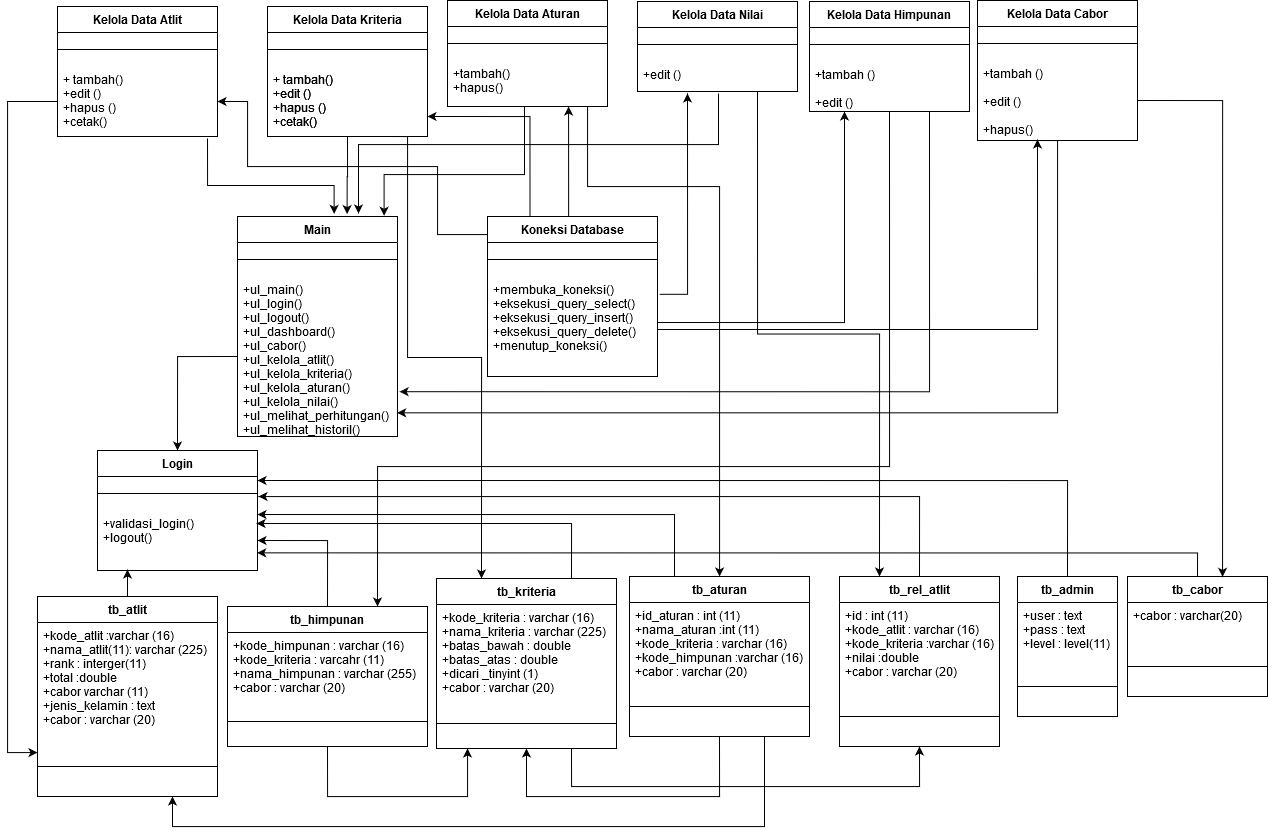
Before: Untitled Diagram.png, a diagram exported from draw.io (NuriCandrawati/nuri-resolusi). Source tidied: cells renumbered, new cells last; positions are measured from the earlier drawing's top-left corner, leaving out a move shared by most shapes.
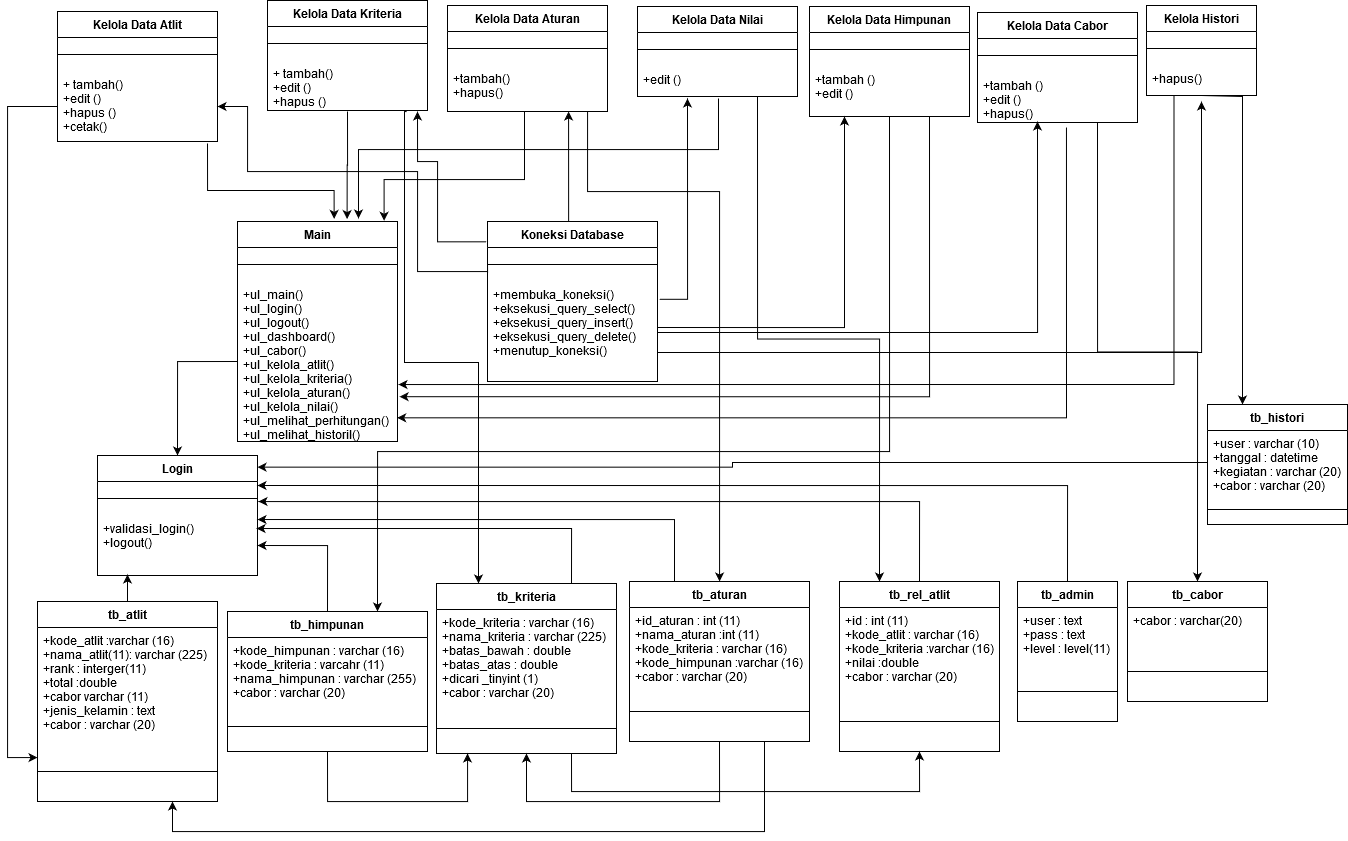
The same file after the commit.

The edit, as a diff of the source:
```diff
@@ -2,36 +2,23 @@
   <root>
     <mxCell id="0" />
     <mxCell id="1" parent="0" />
-    <mxCell id="2" value="Kelola Data Alternatif" style="swimlane;fontStyle=1;align=center;verticalAlign=top;horizontal=1;startSize=26;" parent="1" vertex="1">
-      <mxGeometry x="260" y="6" width="160" height="130" as="geometry" />
-    </mxCell>
-    <mxCell id="3" style="line;strokeWidth=1;fillColor=none;align=left;verticalAlign=middle;spacingTop=-1;spacingLeft=3;spacingRight=3;labelPosition=right;" parent="2" vertex="1">
-      <mxGeometry y="26" width="160" height="34" as="geometry" />
-    </mxCell>
-    <mxCell id="4" value="+ tambah()&#10;+edit ()&#10;+hapus ()&#10;+cetak()&#10;&#10; " style="text;strokeColor=none;fillColor=none;align=left;verticalAlign=top;spacingLeft=4;spacingRight=4;overflow=hidden;" parent="2" vertex="1">
-      <mxGeometry y="60" width="160" height="70" as="geometry" />
-    </mxCell>
-    <mxCell id="5" style="edgeStyle=orthogonalEdgeStyle;rounded=0;jettySize=auto;html=1;exitX=0.5;exitY=1;exitDx=0;exitDy=0;entryX=0.685;entryY=-0.011;entryDx=0;entryDy=0;entryPerimeter=0;" parent="1" edge="1" source="7" target="17">
-      <mxGeometry relative="1" as="geometry" />
+    <mxCell id="5" style="edgeStyle=orthogonalEdgeStyle;rounded=0;jettySize=auto;html=1;entryX=0.685;entryY=-0.011;entryDx=0;entryDy=0;entryPerimeter=0;" parent="1" edge="1" target="17">
+      <mxGeometry relative="1" as="geometry">
+        <mxPoint x="340" y="106" as="sourcePoint" />
+      </mxGeometry>
     </mxCell>
-    <mxCell id="6" style="edgeStyle=orthogonalEdgeStyle;rounded=0;jettySize=auto;html=1;exitX=0.75;exitY=1;exitDx=0;exitDy=0;entryX=0.25;entryY=0;entryDx=0;entryDy=0;" parent="1" edge="1" source="7" target="47">
+    <mxCell id="6" style="edgeStyle=orthogonalEdgeStyle;rounded=0;orthogonalLoop=1;jettySize=auto;html=1;entryX=0.25;entryY=0;entryDx=0;entryDy=0;exitX=0.885;exitY=0.993;exitDx=0;exitDy=0;exitPerimeter=0;" parent="1" edge="1">
       <mxGeometry relative="1" as="geometry">
+        <mxPoint x="398.6" y="104.6" as="sourcePoint" />
+        <mxPoint x="471" y="578" as="targetPoint" />
         <Array as="points">
-          <mxPoint x="400" y="136" />
-          <mxPoint x="400" y="357" />
-          <mxPoint x="474" y="357" />
+          <mxPoint x="399" y="106" />
+          <mxPoint x="397" y="106" />
+          <mxPoint x="397" y="357" />
+          <mxPoint x="471" y="357" />
         </Array>
       </mxGeometry>
     </mxCell>
-    <mxCell id="7" value="Kelola Data Kriteria" style="swimlane;fontStyle=1;align=center;verticalAlign=top;horizontal=1;startSize=26;" parent="1" vertex="1">
-      <mxGeometry x="260" y="6" width="160" height="130" as="geometry" />
-    </mxCell>
-    <mxCell id="8" style="line;strokeWidth=1;fillColor=none;align=left;verticalAlign=middle;spacingTop=-1;spacingLeft=3;spacingRight=3;labelPosition=right;" parent="7" vertex="1">
-      <mxGeometry y="26" width="160" height="34" as="geometry" />
-    </mxCell>
-    <mxCell id="9" value="+ tambah()&#10;+edit ()&#10;+hapus ()&#10;+cetak()&#10;&#10; " style="text;strokeColor=none;fillColor=none;align=left;verticalAlign=top;spacingLeft=4;spacingRight=4;overflow=hidden;points=[[0,0.5],[1,0.5]];portConstraint=eastwest;" parent="7" vertex="1">
-      <mxGeometry y="60" width="160" height="70" as="geometry" />
-    </mxCell>
     <mxCell id="10" style="edgeStyle=orthogonalEdgeStyle;rounded=0;orthogonalLoop=1;jettySize=auto;html=1;exitX=0.5;exitY=1;exitDx=0;exitDy=0;entryX=0.75;entryY=0;entryDx=0;entryDy=0;" parent="1" edge="1">
       <mxGeometry relative="1" as="geometry">
         <mxPoint x="711" y="93" as="sourcePoint" />
@@ -106,14 +93,22 @@
         <mxPoint x="680" y="93" as="targetPoint" />
       </mxGeometry>
     </mxCell>
-    <mxCell id="24" style="edgeStyle=orthogonalEdgeStyle;rounded=0;jettySize=auto;html=1;exitX=0.25;exitY=0;exitDx=0;exitDy=0;entryX=1;entryY=0.714;entryDx=0;entryDy=0;entryPerimeter=0;" parent="1" edge="1" source="79" target="9">
-      <mxGeometry relative="1" as="geometry" />
+    <mxCell id="24" style="edgeStyle=orthogonalEdgeStyle;rounded=0;jettySize=auto;html=1;exitX=-0.006;exitY=0.127;exitDx=0;exitDy=0;exitPerimeter=0;" parent="1" edge="1" source="79">
+      <mxGeometry relative="1" as="geometry">
+        <mxPoint x="410" y="106" as="targetPoint" />
+        <Array as="points">
+          <mxPoint x="430" y="236" />
+          <mxPoint x="430" y="156" />
+          <mxPoint x="410" y="156" />
+        </Array>
+      </mxGeometry>
     </mxCell>
     <mxCell id="25" style="edgeStyle=orthogonalEdgeStyle;rounded=0;jettySize=auto;html=1;exitX=0;exitY=0.25;exitDx=0;exitDy=0;entryX=1;entryY=0.5;entryDx=0;entryDy=0;" parent="1" edge="1" source="79" target="67">
       <mxGeometry relative="1" as="geometry">
         <Array as="points">
-          <mxPoint x="430" y="234" />
-          <mxPoint x="430" y="166" />
+          <mxPoint x="480" y="266" />
+          <mxPoint x="410" y="266" />
+          <mxPoint x="410" y="166" />
           <mxPoint x="240" y="166" />
           <mxPoint x="240" y="101" />
         </Array>
@@ -125,8 +120,8 @@
     <mxCell id="27" style="edgeStyle=orthogonalEdgeStyle;rounded=0;jettySize=auto;html=1;exitX=0.5;exitY=1;exitDx=0;exitDy=0;entryX=0.75;entryY=0;entryDx=0;entryDy=0;" parent="1" edge="1" source="29" target="55">
       <mxGeometry relative="1" as="geometry">
         <Array as="points">
-          <mxPoint x="882" y="466" />
-          <mxPoint x="370" y="466" />
+          <mxPoint x="882" y="446" />
+          <mxPoint x="370" y="446" />
         </Array>
       </mxGeometry>
     </mxCell>
@@ -139,7 +134,7 @@
     <mxCell id="30" style="line;strokeWidth=1;fillColor=none;align=left;verticalAlign=middle;spacingTop=-1;spacingLeft=3;spacingRight=3;labelPosition=right;" parent="29" vertex="1">
       <mxGeometry y="26" width="160" height="34" as="geometry" />
     </mxCell>
-    <mxCell id="31" value="+tambah ()&#10;&#10;+edit () " style="text;strokeColor=none;fillColor=none;align=left;verticalAlign=top;spacingLeft=4;spacingRight=4;overflow=hidden;" parent="29" vertex="1">
+    <mxCell id="31" value="+tambah ()&#10;+edit () " style="text;strokeColor=none;fillColor=none;align=left;verticalAlign=top;spacingLeft=4;spacingRight=4;overflow=hidden;" parent="29" vertex="1">
       <mxGeometry y="60" width="160" height="50" as="geometry" />
     </mxCell>
     <mxCell id="32" style="edgeStyle=orthogonalEdgeStyle;rounded=0;jettySize=auto;html=1;exitX=0.75;exitY=1;exitDx=0;exitDy=0;entryX=0.75;entryY=1;entryDx=0;entryDy=0;" parent="1" edge="1" source="38" target="59">
@@ -158,23 +153,34 @@
         </Array>
       </mxGeometry>
     </mxCell>
-    <mxCell id="34" style="edgeStyle=orthogonalEdgeStyle;rounded=0;jettySize=auto;html=1;exitX=0.25;exitY=1;exitDx=0;exitDy=0;entryX=0.998;entryY=0.852;entryDx=0;entryDy=0;entryPerimeter=0;" parent="1" edge="1" source="35" target="19">
+    <mxCell id="34" style="edgeStyle=orthogonalEdgeStyle;rounded=0;jettySize=auto;html=1;exitX=0.556;exitY=1.1;exitDx=0;exitDy=0;entryX=0.998;entryY=0.852;entryDx=0;entryDy=0;entryPerimeter=0;exitPerimeter=0;" parent="1" edge="1" source="37" target="19">
       <mxGeometry relative="1" as="geometry">
         <Array as="points">
-          <mxPoint x="1050" y="140" />
-          <mxPoint x="1050" y="412" />
+          <mxPoint x="1059" y="412" />
         </Array>
       </mxGeometry>
     </mxCell>
+    <mxCell id="83" style="edgeStyle=orthogonalEdgeStyle;rounded=0;jettySize=auto;html=1;exitX=0.75;exitY=1;exitDx=0;exitDy=0;entryX=0.5;entryY=0;entryDx=0;entryDy=0;" parent="1" edge="1" source="35" target="75">
+      <mxGeometry relative="1" as="geometry" />
+    </mxCell>
     <mxCell id="35" value="Kelola Data Cabor" style="swimlane;fontStyle=1;align=center;verticalAlign=top;horizontal=1;startSize=26;" parent="1" vertex="1">
-      <mxGeometry x="970" width="160" height="140" as="geometry" />
+      <mxGeometry x="970" y="7" width="160" height="110" as="geometry" />
     </mxCell>
     <mxCell id="36" style="line;strokeWidth=1;fillColor=none;align=left;verticalAlign=middle;spacingTop=-1;spacingLeft=3;spacingRight=3;labelPosition=right;" parent="35" vertex="1">
       <mxGeometry y="26" width="160" height="34" as="geometry" />
     </mxCell>
-    <mxCell id="37" value="+tambah ()&#10;&#10;+edit () &#10;&#10;+hapus()&#10;" style="text;strokeColor=none;fillColor=none;align=left;verticalAlign=top;spacingLeft=4;spacingRight=4;overflow=hidden;points=[[0,0.5],[1,0.5]];portConstraint=eastwest;" parent="35" vertex="1">
-      <mxGeometry y="60" width="160" height="80" as="geometry" />
+    <mxCell id="37" value="+tambah ()&#10;+edit ()&#10;+hapus()&#10;" style="text;strokeColor=none;fillColor=none;align=left;verticalAlign=top;spacingLeft=4;spacingRight=4;overflow=hidden;points=[[0,0.5],[1,0.5]];portConstraint=eastwest;" parent="35" vertex="1">
+      <mxGeometry y="60" width="160" height="50" as="geometry" />
     </mxCell>
+    <mxCell id="7" value="Kelola Data Kriteria" style="swimlane;fontStyle=1;align=center;verticalAlign=top;horizontal=1;startSize=26;" parent="1" vertex="1">
+      <mxGeometry x="260" y="-5" width="160" height="110" as="geometry" />
+    </mxCell>
+    <mxCell id="84" style="line;strokeWidth=1;fillColor=none;align=left;verticalAlign=middle;spacingTop=-1;spacingLeft=3;spacingRight=3;labelPosition=right;" parent="7" vertex="1">
+      <mxGeometry y="26" width="160" height="34" as="geometry" />
+    </mxCell>
+    <mxCell id="85" value="+ tambah()&#10;+edit ()&#10;+hapus ()&#10;&#10;&#10; " style="text;strokeColor=none;fillColor=none;align=left;verticalAlign=top;spacingLeft=4;spacingRight=4;overflow=hidden;" parent="7" vertex="1">
+      <mxGeometry y="60" width="160" height="50" as="geometry" />
+    </mxCell>
     <mxCell id="38" value="tb_aturan" style="swimlane;fontStyle=1;align=center;verticalAlign=top;horizontal=1;startSize=26;" parent="1" vertex="1">
       <mxGeometry x="622" y="576" width="180" height="160" as="geometry" />
     </mxCell>
@@ -193,6 +199,25 @@
         </Array>
       </mxGeometry>
     </mxCell>
+    <mxCell id="86" style="edgeStyle=orthogonalEdgeStyle;rounded=0;jettySize=auto;html=1;exitX=0.5;exitY=1;exitDx=0;exitDy=0;entryX=0.25;entryY=0;entryDx=0;entryDy=0;" parent="1" edge="1" source="88" target="92">
+      <mxGeometry relative="1" as="geometry">
+        <Array as="points">
+          <mxPoint x="1235" y="91" />
+        </Array>
+      </mxGeometry>
+    </mxCell>
+    <mxCell id="87" style="edgeStyle=orthogonalEdgeStyle;rounded=0;jettySize=auto;html=1;exitX=0.25;exitY=1;exitDx=0;exitDy=0;entryX=1.006;entryY=0.644;entryDx=0;entryDy=0;entryPerimeter=0;" parent="1" edge="1" source="88" target="19">
+      <mxGeometry relative="1" as="geometry" />
+    </mxCell>
+    <mxCell id="88" value="Kelola Histori" style="swimlane;fontStyle=1;align=center;verticalAlign=top;horizontal=1;startSize=26;" parent="1" vertex="1">
+      <mxGeometry x="1139" width="110" height="90" as="geometry" />
+    </mxCell>
+    <mxCell id="89" style="line;strokeWidth=1;fillColor=none;align=left;verticalAlign=middle;spacingTop=-1;spacingLeft=3;spacingRight=3;labelPosition=right;" parent="88" vertex="1">
+      <mxGeometry y="26" width="110" height="34" as="geometry" />
+    </mxCell>
+    <mxCell id="90" value="+hapus()&#10;" style="text;strokeColor=none;fillColor=none;align=left;verticalAlign=top;spacingLeft=4;spacingRight=4;overflow=hidden;" parent="88" vertex="1">
+      <mxGeometry y="60" width="110" height="30" as="geometry" />
+    </mxCell>
     <mxCell id="42" value="tb_rel_atlit" style="swimlane;fontStyle=1;align=center;verticalAlign=top;horizontal=1;startSize=26;" parent="1" vertex="1">
       <mxGeometry x="832" y="576" width="160" height="170" as="geometry" />
     </mxCell>
@@ -313,9 +338,6 @@
         <mxPoint x="837" y="111" as="targetPoint" />
       </mxGeometry>
     </mxCell>
-    <mxCell id="74" style="edgeStyle=orthogonalEdgeStyle;rounded=0;jettySize=auto;html=1;exitX=0.5;exitY=0;exitDx=0;exitDy=0;entryX=0.998;entryY=0.706;entryDx=0;entryDy=0;entryPerimeter=0;" parent="1" edge="1" source="75" target="52">
-      <mxGeometry relative="1" as="geometry" />
-    </mxCell>
     <mxCell id="75" value="tb_cabor" style="swimlane;fontStyle=1;align=center;verticalAlign=top;horizontal=1;startSize=26;" parent="1" vertex="1">
       <mxGeometry x="1120" y="576" width="140" height="120" as="geometry" />
     </mxCell>
@@ -327,10 +349,16 @@
     </mxCell>
     <mxCell id="78" style="edgeStyle=orthogonalEdgeStyle;rounded=0;orthogonalLoop=1;jettySize=auto;html=1;exitX=1;exitY=0.75;exitDx=0;exitDy=0;" parent="1" edge="1">
       <mxGeometry relative="1" as="geometry">
-        <mxPoint x="650" y="329" as="sourcePoint" />
-        <mxPoint x="1030" y="139" as="targetPoint" />
+        <mxPoint x="650" y="327" as="sourcePoint" />
+        <mxPoint x="1030" y="116" as="targetPoint" />
       </mxGeometry>
     </mxCell>
+    <mxCell id="91" style="edgeStyle=orthogonalEdgeStyle;rounded=0;orthogonalLoop=1;jettySize=auto;html=1;exitX=1;exitY=0.75;exitDx=0;exitDy=0;" parent="1" edge="1">
+      <mxGeometry relative="1" as="geometry">
+        <mxPoint x="650" y="347" as="sourcePoint" />
+        <mxPoint x="1194" y="96" as="targetPoint" />
+      </mxGeometry>
+    </mxCell>
     <mxCell id="79" value="Koneksi Database" style="swimlane;fontStyle=1;align=center;verticalAlign=top;horizontal=1;startSize=26;" parent="1" vertex="1">
       <mxGeometry x="480" y="216" width="170" height="160" as="geometry" />
     </mxCell>
@@ -340,8 +368,17 @@
     <mxCell id="81" value="+membuka_koneksi()&#10;+eksekusi_query_select()&#10;+eksekusi_query_insert()&#10;+eksekusi_query_delete()&#10;+menutup_koneksi()&#10;" style="text;strokeColor=none;fillColor=none;align=left;verticalAlign=top;spacingLeft=4;spacingRight=4;overflow=hidden;points=[[0,0.5],[1,0.5]];portConstraint=eastwest;" parent="79" vertex="1">
       <mxGeometry y="60" width="170" height="100" as="geometry" />
     </mxCell>
-    <mxCell id="82" style="edgeStyle=orthogonalEdgeStyle;rounded=0;jettySize=auto;html=1;exitX=1;exitY=0.5;exitDx=0;exitDy=0;entryX=0.679;entryY=0.003;entryDx=0;entryDy=0;entryPerimeter=0;" parent="1" edge="1" source="37" target="75">
-      <mxGeometry relative="1" as="geometry" />
-    </mxCell>
+    <mxCell id="92" value="tb_histori" style="swimlane;fontStyle=1;align=center;verticalAlign=top;horizontal=1;startSize=26;" parent="1" vertex="1">
+      <mxGeometry x="1200" y="399" width="140" height="120" as="geometry" />
+    </mxCell>
+    <mxCell id="93" value="+user : varchar (10) &#10;+tanggal : datetime &#10;+kegiatan : varchar (20)&#10;+cabor : varchar (20)&#10;" style="text;strokeColor=none;fillColor=none;align=left;verticalAlign=top;spacingLeft=4;spacingRight=4;overflow=hidden;points=[[0,0.5],[1,0.5]];portConstraint=eastwest;" parent="92" vertex="1">
+      <mxGeometry y="26" width="140" height="64" as="geometry" />
+    </mxCell>
+    <mxCell id="94" style="line;strokeWidth=1;fillColor=none;align=left;verticalAlign=middle;spacingTop=-1;spacingLeft=3;spacingRight=3;labelPosition=right;" parent="92" vertex="1">
+      <mxGeometry y="90" width="140" height="30" as="geometry" />
+    </mxCell>
+    <mxCell id="95" style="edgeStyle=orthogonalEdgeStyle;rounded=0;jettySize=auto;html=1;exitX=0;exitY=0.5;exitDx=0;exitDy=0;entryX=1;entryY=0.097;entryDx=0;entryDy=0;entryPerimeter=0;" parent="1" edge="1" source="93" target="50">
+      <mxGeometry relative="1" as="geometry" />
+    </mxCell>
   </root>
 </mxGraphModel>
```
